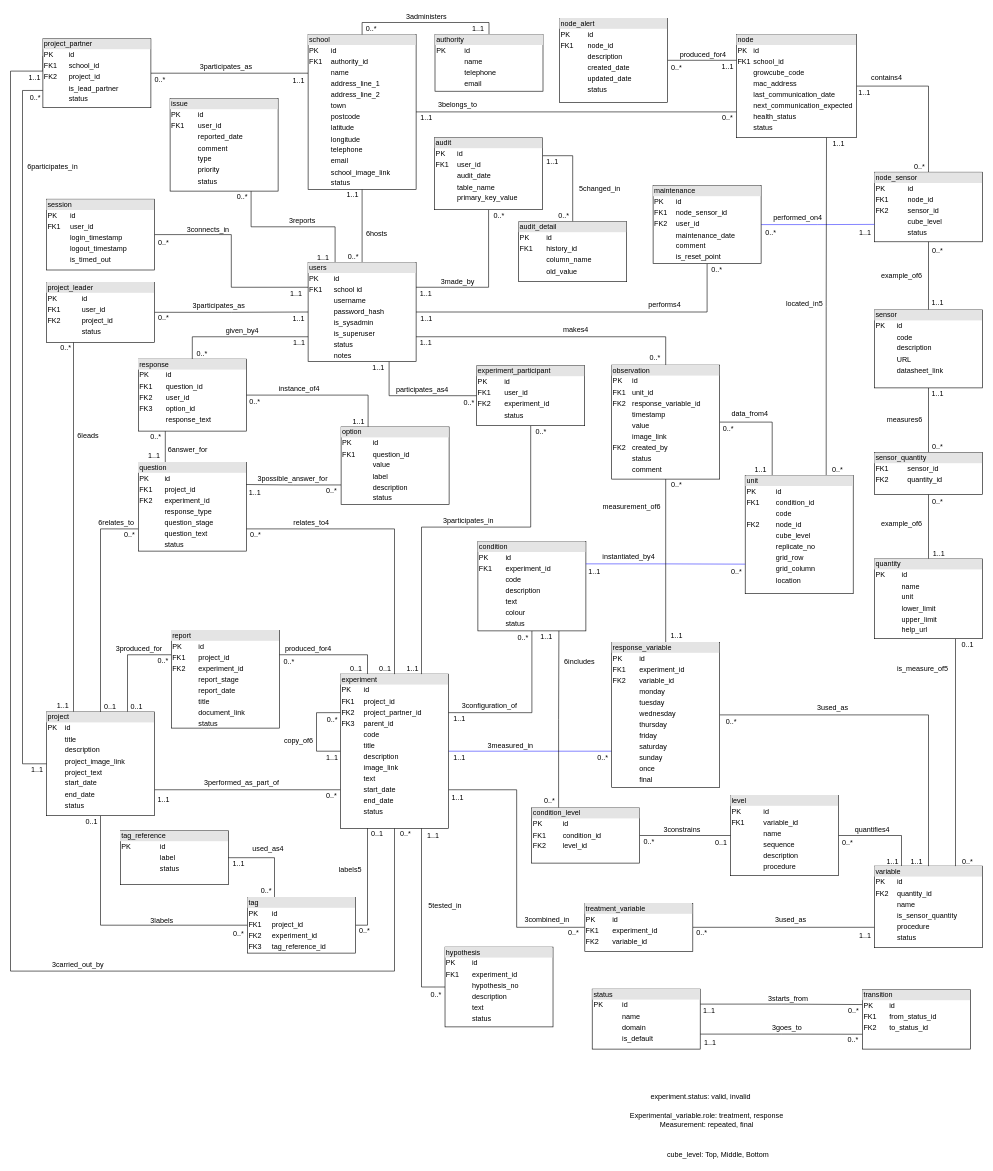
Earlier version of the draw.io diagram Documentation/ER diagram dandelion.drawio (Dandelion-dev-team/dandelion). Source tidied: cells renumbered, new cells numbered last; positions are measured from the earlier drawing's top-left corner, leaving out a move shared by most shapes. Both pictures are drawn from the tidied source at 60%, with x=0, y=0 at pixel (10, 10).
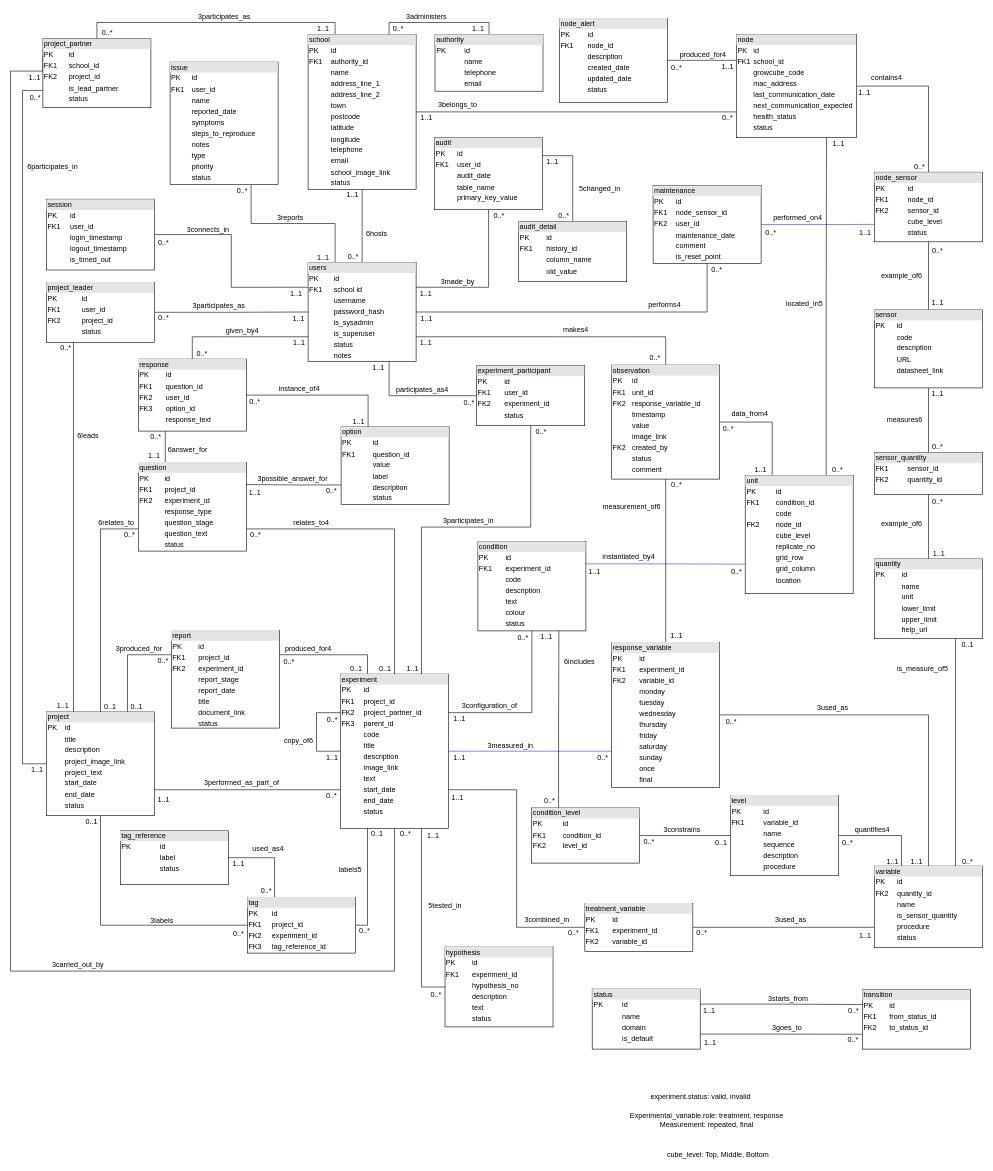
The same diagram, later.

Commit message:
Update ER diagram - mods to ISSUE

The change refers to these unchanged cells:
```xml
<mxCell id="4" value="&lt;div style=&quot;box-sizing: border-box ; width: 100% ; background: #e4e4e4 ; padding: 2px&quot;&gt;school&lt;/div&gt;&lt;table style=&quot;width: 100% ; font-size: 1em&quot; cellpadding=&quot;2&quot; cellspacing=&quot;0&quot;&gt;&lt;tbody&gt;&lt;tr&gt;&lt;td&gt;PK&lt;/td&gt;&lt;td&gt;id&lt;/td&gt;&lt;/tr&gt;&lt;tr&gt;&lt;td&gt;FK1&lt;/td&gt;&lt;td&gt;authority_id&lt;/td&gt;&lt;/tr&gt;&lt;tr&gt;&lt;td&gt;&lt;br&gt;&lt;/td&gt;&lt;td&gt;name&lt;/td&gt;&lt;/tr&gt;&lt;tr&gt;&lt;td&gt;&lt;/td&gt;&lt;td&gt;address_line_1&lt;/td&gt;&lt;/tr&gt;&lt;tr&gt;&lt;td&gt;&lt;br&gt;&lt;/td&gt;&lt;td&gt;address_line_2&lt;/td&gt;&lt;/tr&gt;&lt;tr&gt;&lt;td&gt;&lt;br&gt;&lt;/td&gt;&lt;td&gt;town&lt;/td&gt;&lt;/tr&gt;&lt;tr&gt;&lt;td&gt;&lt;br&gt;&lt;/td&gt;&lt;td&gt;postcode&lt;/td&gt;&lt;/tr&gt;&lt;tr&gt;&lt;td&gt;&lt;br&gt;&lt;/td&gt;&lt;td&gt;latitude&lt;/td&gt;&lt;/tr&gt;&lt;tr&gt;&lt;td&gt;&lt;br&gt;&lt;/td&gt;&lt;td&gt;longitude&lt;/td&gt;&lt;/tr&gt;&lt;tr&gt;&lt;td&gt;&lt;br&gt;&lt;/td&gt;&lt;td&gt;telephone&lt;/td&gt;&lt;/tr&gt;&lt;tr&gt;&lt;td&gt;&lt;br&gt;&lt;/td&gt;&lt;td&gt;email&lt;/td&gt;&lt;/tr&gt;&lt;tr&gt;&lt;td&gt;&lt;br&gt;&lt;/td&gt;&lt;td&gt;school_image_link&lt;/td&gt;&lt;/tr&gt;&lt;tr&gt;&lt;td&gt;&lt;br&gt;&lt;/td&gt;&lt;td&gt;status&lt;/td&gt;&lt;/tr&gt;&lt;/tbody&gt;&lt;/table&gt;" style="verticalAlign=top;align=left;overflow=fill;html=1;" parent="1" vertex="1">
  <mxGeometry x="496" y="40" width="180" height="258" as="geometry" />
</mxCell>
<mxCell id="29" value="&lt;div style=&quot;box-sizing: border-box ; width: 100% ; background: #e4e4e4 ; padding: 2px&quot;&gt;project_partner&lt;/div&gt;&lt;table style=&quot;width: 100% ; font-size: 1em&quot; cellpadding=&quot;2&quot; cellspacing=&quot;0&quot;&gt;&lt;tbody&gt;&lt;tr&gt;&lt;td&gt;PK&lt;/td&gt;&lt;td&gt;id&lt;/td&gt;&lt;/tr&gt;&lt;tr&gt;&lt;td&gt;FK1&lt;/td&gt;&lt;td&gt;school_id&lt;/td&gt;&lt;/tr&gt;&lt;tr&gt;&lt;td&gt;FK2&lt;/td&gt;&lt;td&gt;project_id&lt;/td&gt;&lt;/tr&gt;&lt;tr&gt;&lt;td&gt;&lt;br&gt;&lt;/td&gt;&lt;td&gt;is_lead_partner&lt;/td&gt;&lt;/tr&gt;&lt;tr&gt;&lt;td&gt;&lt;br&gt;&lt;/td&gt;&lt;td&gt;status&lt;br&gt;&lt;/td&gt;&lt;/tr&gt;&lt;/tbody&gt;&lt;/table&gt;" style="verticalAlign=top;align=left;overflow=fill;html=1;" parent="1" vertex="1">
  <mxGeometry x="54" y="47" width="180" height="115" as="geometry" />
</mxCell>
<mxCell id="115" value="&lt;div style=&quot;box-sizing: border-box ; width: 100% ; background: #e4e4e4 ; padding: 2px&quot;&gt;authority&lt;/div&gt;&lt;table style=&quot;width: 100% ; font-size: 1em&quot; cellpadding=&quot;2&quot; cellspacing=&quot;0&quot;&gt;&lt;tbody&gt;&lt;tr&gt;&lt;td&gt;PK&lt;/td&gt;&lt;td&gt;id&lt;/td&gt;&lt;/tr&gt;&lt;tr&gt;&lt;td&gt;&lt;br&gt;&lt;/td&gt;&lt;td&gt;name&lt;/td&gt;&lt;/tr&gt;&lt;tr&gt;&lt;td&gt;&lt;/td&gt;&lt;td&gt;telephone&lt;/td&gt;&lt;/tr&gt;&lt;tr&gt;&lt;td&gt;&lt;br&gt;&lt;/td&gt;&lt;td&gt;email&lt;/td&gt;&lt;/tr&gt;&lt;/tbody&gt;&lt;/table&gt;" style="verticalAlign=top;align=left;overflow=fill;html=1;" parent="1" vertex="1">
  <mxGeometry x="707.5" y="40" width="180" height="94.5" as="geometry" />
</mxCell>
```

Change to the diagram source:
```diff
@@
-    <mxCell id="2" style="edgeStyle=orthogonalEdgeStyle;rounded=0;jettySize=auto;html=1;entryX=1;entryY=0.5;entryDx=0;entryDy=0;endArrow=none;endFill=0;exitX=0;exitY=0.25;exitDx=0;exitDy=0;" parent="1" edge="1" source="4" target="29">
+    <mxCell id="2" style="edgeStyle=orthogonalEdgeStyle;rounded=0;jettySize=auto;html=1;entryX=0.5;entryY=0;entryDx=0;entryDy=0;endArrow=none;endFill=0;exitX=0.25;exitY=0;exitDx=0;exitDy=0;" parent="1" edge="1" source="4" target="29">
       <mxGeometry relative="1" as="geometry" />
     </mxCell>
@@
     <mxCell id="57" value="0..*" style="text;html=1;align=center;verticalAlign=middle;strokeColor=none;fillColor=none;" parent="1" vertex="1">
-      <mxGeometry x="234" y="105" width="30" height="20" as="geometry" />
+      <mxGeometry x="146" y="27" width="30" height="20" as="geometry" />
     </mxCell>
@@
     <mxCell id="80" value="1..1" style="text;html=1;align=center;verticalAlign=middle;strokeColor=none;fillColor=none;" parent="1" vertex="1">
-      <mxGeometry x="460" y="106.5" width="40" height="20" as="geometry" />
+      <mxGeometry x="501" y="20" width="40" height="20" as="geometry" />
     </mxCell>
@@
     <mxCell id="84" value="&lt;font face=&quot;webdings&quot;&gt;3&lt;/font&gt;participates_as" style="text;html=1;align=center;verticalAlign=middle;strokeColor=none;fillColor=none;" parent="1" vertex="1">
-      <mxGeometry x="304" y="84" width="110" height="20" as="geometry" />
+      <mxGeometry x="301" width="110" height="20" as="geometry" />
     </mxCell>
@@
-    <mxCell id="114" style="edgeStyle=orthogonalEdgeStyle;rounded=0;jettySize=auto;html=1;entryX=0.5;entryY=0;entryDx=0;entryDy=0;exitX=0.5;exitY=0;exitDx=0;exitDy=0;endArrow=none;endFill=0;" parent="1" edge="1" source="115" target="4">
+    <mxCell id="114" style="edgeStyle=orthogonalEdgeStyle;rounded=0;jettySize=auto;html=1;entryX=0.75;entryY=0;entryDx=0;entryDy=0;exitX=0.5;exitY=0;exitDx=0;exitDy=0;endArrow=none;endFill=0;" parent="1" edge="1" source="115" target="4">
       <mxGeometry relative="1" as="geometry" />
     </mxCell>
@@
     <mxCell id="116" value="0..*" style="text;html=1;align=center;verticalAlign=middle;strokeColor=none;fillColor=none;" parent="1" vertex="1">
-      <mxGeometry x="586" y="20" width="30" height="20" as="geometry" />
+      <mxGeometry x="631" y="20" width="30" height="20" as="geometry" />
     </mxCell>
@@
-    <mxCell id="241" value="&lt;div style=&quot;box-sizing: border-box ; width: 100% ; background: #e4e4e4 ; padding: 2px&quot;&gt;issue&lt;/div&gt;&lt;table style=&quot;width: 100% ; font-size: 1em&quot; cellpadding=&quot;2&quot; cellspacing=&quot;0&quot;&gt;&lt;tbody&gt;&lt;tr&gt;&lt;td&gt;PK&lt;/td&gt;&lt;td&gt;id&lt;/td&gt;&lt;/tr&gt;&lt;tr&gt;&lt;td&gt;FK1&lt;/td&gt;&lt;td&gt;user_id&lt;/td&gt;&lt;/tr&gt;&lt;tr&gt;&lt;td&gt;&lt;/td&gt;&lt;td&gt;reported_date&lt;/td&gt;&lt;/tr&gt;&lt;tr&gt;&lt;td&gt;&lt;br&gt;&lt;/td&gt;&lt;td&gt;comment&lt;/td&gt;&lt;/tr&gt;&lt;tr&gt;&lt;td&gt;&lt;br&gt;&lt;/td&gt;&lt;td&gt;type&lt;/td&gt;&lt;/tr&gt;&lt;tr&gt;&lt;td&gt;&lt;br&gt;&lt;/td&gt;&lt;td&gt;priority&lt;/td&gt;&lt;/tr&gt;&lt;tr&gt;&lt;td&gt;&lt;br&gt;&lt;/td&gt;&lt;td&gt;status&lt;/td&gt;&lt;/tr&gt;&lt;/tbody&gt;&lt;/table&gt;" style="verticalAlign=top;align=left;overflow=fill;html=1;" parent="1" vertex="1">
-      <mxGeometry x="266" y="146.5" width="180" height="154.5" as="geometry" />
+    <mxCell id="241" value="&lt;div style=&quot;box-sizing: border-box ; width: 100% ; background: #e4e4e4 ; padding: 2px&quot;&gt;issue&lt;/div&gt;&lt;table style=&quot;width: 100% ; font-size: 1em&quot; cellpadding=&quot;2&quot; cellspacing=&quot;0&quot;&gt;&lt;tbody&gt;&lt;tr&gt;&lt;td&gt;PK&lt;/td&gt;&lt;td&gt;id&lt;/td&gt;&lt;/tr&gt;&lt;tr&gt;&lt;td&gt;FK1&lt;/td&gt;&lt;td&gt;user_id&lt;/td&gt;&lt;/tr&gt;&lt;tr&gt;&lt;td&gt;&lt;br&gt;&lt;/td&gt;&lt;td&gt;name&lt;/td&gt;&lt;/tr&gt;&lt;tr&gt;&lt;td&gt;&lt;/td&gt;&lt;td&gt;reported_date&lt;/td&gt;&lt;/tr&gt;&lt;tr&gt;&lt;td&gt;&lt;br&gt;&lt;/td&gt;&lt;td&gt;symptoms&lt;/td&gt;&lt;/tr&gt;&lt;tr&gt;&lt;td&gt;&lt;br&gt;&lt;/td&gt;&lt;td&gt;steps_to_reproduce&lt;/td&gt;&lt;/tr&gt;&lt;tr&gt;&lt;td&gt;&lt;br&gt;&lt;/td&gt;&lt;td&gt;notes&lt;/td&gt;&lt;/tr&gt;&lt;tr&gt;&lt;td&gt;&lt;br&gt;&lt;/td&gt;&lt;td&gt;type&lt;/td&gt;&lt;/tr&gt;&lt;tr&gt;&lt;td&gt;&lt;br&gt;&lt;/td&gt;&lt;td&gt;priority&lt;/td&gt;&lt;/tr&gt;&lt;tr&gt;&lt;td&gt;&lt;br&gt;&lt;/td&gt;&lt;td&gt;status&lt;/td&gt;&lt;/tr&gt;&lt;/tbody&gt;&lt;/table&gt;" style="verticalAlign=top;align=left;overflow=fill;html=1;" parent="1" vertex="1">
+      <mxGeometry x="266" y="86" width="180" height="204" as="geometry" />
     </mxCell>
     <mxCell id="242" value="&lt;font face=&quot;webdings&quot;&gt;3&lt;/font&gt;reports" style="text;html=1;align=center;verticalAlign=middle;strokeColor=none;fillColor=none;" parent="1" vertex="1">
-      <mxGeometry x="451" y="339.5" width="70" height="20" as="geometry" />
+      <mxGeometry x="431" y="334.5" width="70" height="20" as="geometry" />
     </mxCell>
@@
     <mxCell id="244" value="0..*" style="text;html=1;align=center;verticalAlign=middle;strokeColor=none;fillColor=none;" parent="1" vertex="1">
-      <mxGeometry x="371" y="301" width="30" height="20" as="geometry" />
+      <mxGeometry x="371" y="290" width="30" height="20" as="geometry" />
     </mxCell>
```
